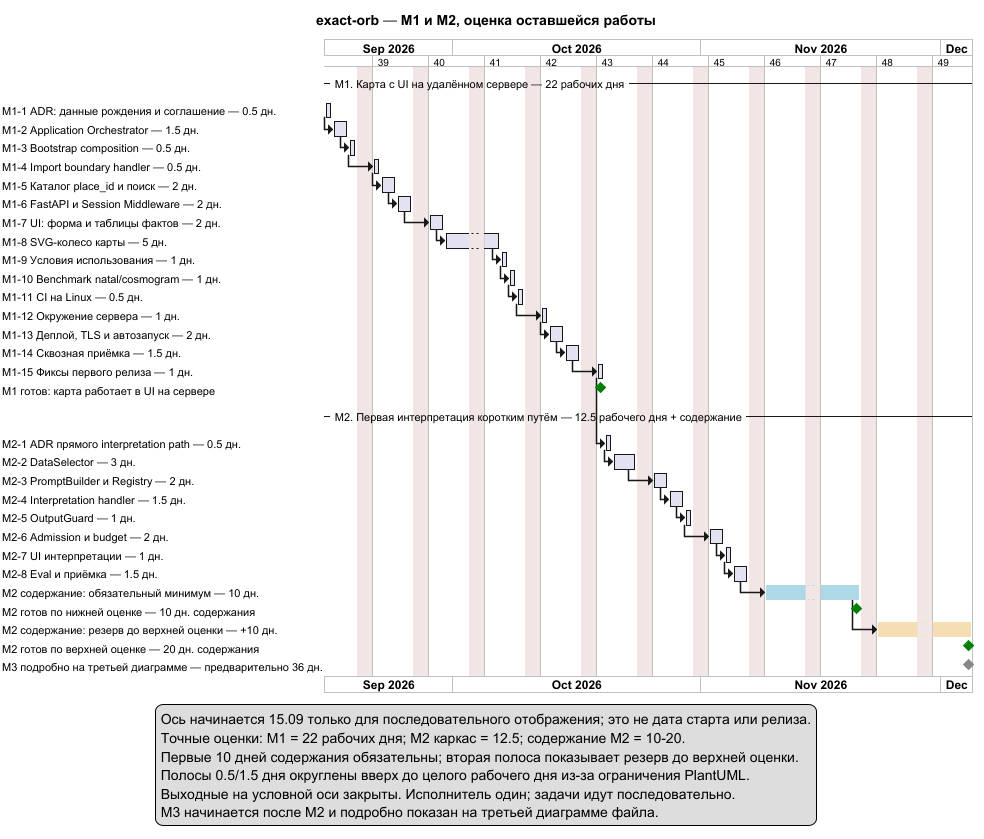
The PlantUML diagram docs/project_management/roadmap_remote_ui_and_interpretation_plan.png in ksenia-baranova/exact-orb-demo, before a commit. Source of this version:
```plantuml
@startgantt

title exact-orb — M1 и M2, оценка оставшейся работы
Project starts 2026-09-15
printscale weekly zoom 2
Label on first column
saturday are closed
sunday are closed

-- M1. Карта с UI на удалённом сервере — 22 рабочих дня --

[M1-1 ADR: данные рождения и соглашение — 0.5 дн.] as [M11] lasts 1 day
[M1-2 Application Orchestrator — 1.5 дн.] as [M12] lasts 2 days
[M12] starts at [M11]'s end
[M1-3 Bootstrap composition — 0.5 дн.] as [M13] lasts 1 day
[M13] starts at [M12]'s end
[M1-4 Import boundary handler — 0.5 дн.] as [M14] lasts 1 day
[M14] starts at [M13]'s end
[M1-5 Каталог place_id и поиск — 2 дн.] as [M15] lasts 2 days
[M15] starts at [M14]'s end
[M1-6 FastAPI и Session Middleware — 2 дн.] as [M16] lasts 2 days
[M16] starts at [M15]'s end
[M1-7 UI: форма и таблицы фактов — 2 дн.] as [M17] lasts 2 days
[M17] starts at [M16]'s end
[M1-8 SVG-колесо карты — 5 дн.] as [M18] lasts 5 days
[M18] starts at [M17]'s end
[M1-9 Условия использования — 1 дн.] as [M19] lasts 1 day
[M19] starts at [M18]'s end
[M1-10 Benchmark natal/cosmogram — 1 дн.] as [M110] lasts 1 day
[M110] starts at [M19]'s end
[M1-11 CI на Linux — 0.5 дн.] as [M111] lasts 1 day
[M111] starts at [M110]'s end
[M1-12 Окружение сервера — 1 дн.] as [M112] lasts 1 day
[M112] starts at [M111]'s end
[M1-13 Деплой, TLS и автозапуск — 2 дн.] as [M113] lasts 2 days
[M113] starts at [M112]'s end
[M1-14 Сквозная приёмка — 1.5 дн.] as [M114] lasts 2 days
[M114] starts at [M113]'s end
[M1-15 Фиксы первого релиза — 1 дн.] as [M115] lasts 1 day
[M115] starts at [M114]'s end
[M1 готов: карта работает в UI на сервере] as [M1DONE] happens at [M115]'s end
[M1DONE] is colored in Green

-- M2. Первая интерпретация коротким путём — 12.5 рабочего дня + содержание --

[M2-1 ADR прямого interpretation path — 0.5 дн.] as [M21] lasts 1 day
[M21] starts at [M115]'s end
[M2-2 DataSelector — 3 дн.] as [M22] lasts 3 days
[M22] starts at [M21]'s end
[M2-3 PromptBuilder и Registry — 2 дн.] as [M23] lasts 2 days
[M23] starts at [M22]'s end
[M2-4 Interpretation handler — 1.5 дн.] as [M24] lasts 2 days
[M24] starts at [M23]'s end
[M2-5 OutputGuard — 1 дн.] as [M25] lasts 1 day
[M25] starts at [M24]'s end
[M2-6 Admission и budget — 2 дн.] as [M26] lasts 2 days
[M26] starts at [M25]'s end
[M2-7 UI интерпретации — 1 дн.] as [M27] lasts 1 day
[M27] starts at [M26]'s end
[M2-8 Eval и приёмка — 1.5 дн.] as [M28] lasts 2 days
[M28] starts at [M27]'s end
[M2 содержание: обязательный минимум — 10 дн.] as [M2C10] lasts 10 days
[M2C10] starts at [M28]'s end
[M2C10] is colored in LightBlue
[M2 готов по нижней оценке — 10 дн. содержания] as [M2EARLY] happens at [M2C10]'s end
[M2EARLY] is colored in Green
[M2 содержание: резерв до верхней оценки — +10 дн.] as [M2C20] lasts 10 days
[M2C20] starts at [M2C10]'s end
[M2C20] is colored in Wheat
[M2 готов по верхней оценке — 20 дн. содержания] as [M2DONE] happens at [M2C20]'s end
[M2DONE] is colored in Green

[M3 подробно на третьей диаграмме — предварительно 36 дн.] as [M3OPEN] happens at [M2C20]'s end
[M3OPEN] is colored in Gray

legend bottom
  Ось начинается 15.09 только для последовательного отображения; это не дата старта или релиза.
  Точные оценки: M1 = 22 рабочих дня; M2 каркас = 12.5; содержание M2 = 10-20.
  Первые 10 дней содержания обязательны; вторая полоса показывает резерв до верхней оценки.
  Полосы 0.5/1.5 дня округлены вверх до целого рабочего дня из-за ограничения PlantUML.
  Выходные на условной оси закрыты. Исполнитель один; задачи идут последовательно.
  M3 начинается после M2 и подробно показан на третьей диаграмме файла.
endlegend
@endgantt
```
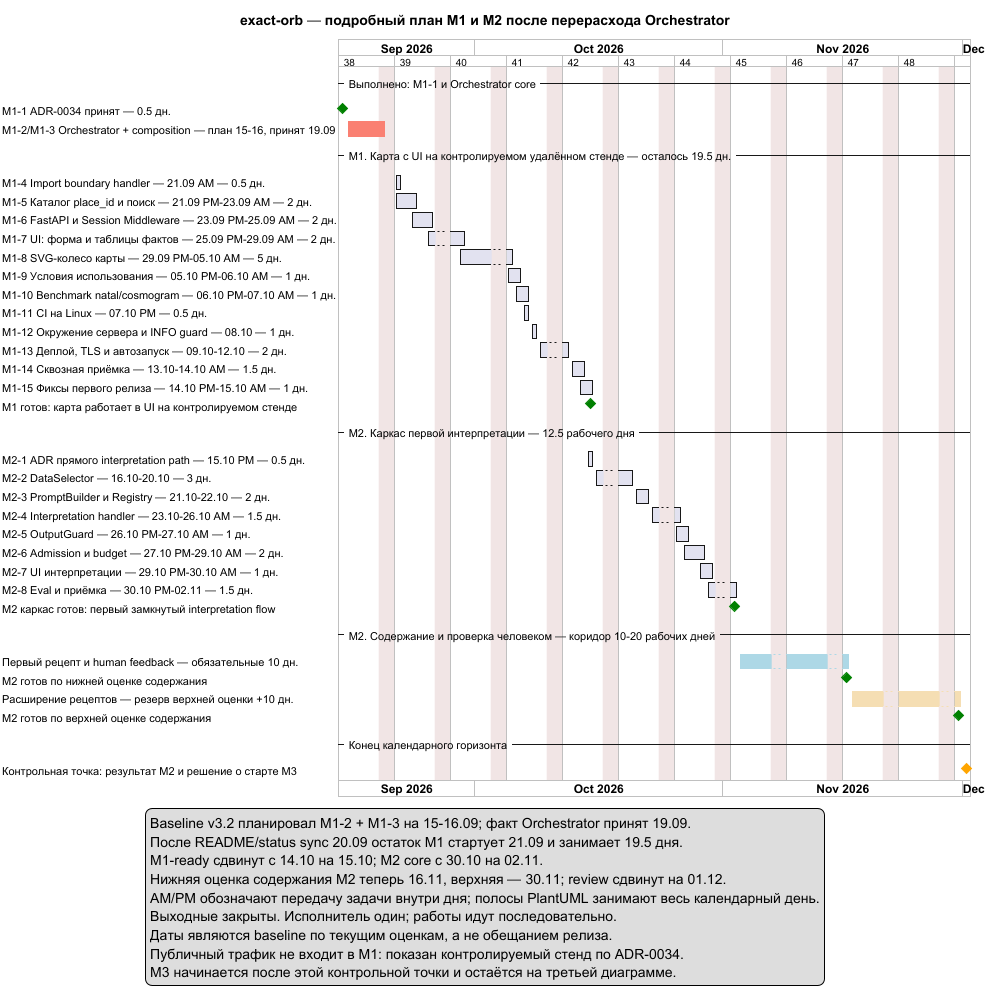
After the change.

Commit message:
docs: update architecture diagrams, overview, and scenarios

The edit, as a diff of the source:
```diff
@@ -1,84 +1,80 @@
 @startgantt
 
-title exact-orb — M1 и M2, оценка оставшейся работы
-Project starts 2026-09-15
+title exact-orb — подробный план M1 и M2 после перерасхода Orchestrator
+Project starts 2026-09-14
 printscale weekly zoom 2
 Label on first column
 saturday are closed
 sunday are closed
 
--- M1. Карта с UI на удалённом сервере — 22 рабочих дня --
+-- Выполнено: M1-1 и Orchestrator core --
 
-[M1-1 ADR: данные рождения и соглашение — 0.5 дн.] as [M11] lasts 1 day
-[M1-2 Application Orchestrator — 1.5 дн.] as [M12] lasts 2 days
-[M12] starts at [M11]'s end
-[M1-3 Bootstrap composition — 0.5 дн.] as [M13] lasts 1 day
-[M13] starts at [M12]'s end
-[M1-4 Import boundary handler — 0.5 дн.] as [M14] lasts 1 day
-[M14] starts at [M13]'s end
-[M1-5 Каталог place_id и поиск — 2 дн.] as [M15] lasts 2 days
-[M15] starts at [M14]'s end
-[M1-6 FastAPI и Session Middleware — 2 дн.] as [M16] lasts 2 days
-[M16] starts at [M15]'s end
-[M1-7 UI: форма и таблицы фактов — 2 дн.] as [M17] lasts 2 days
-[M17] starts at [M16]'s end
-[M1-8 SVG-колесо карты — 5 дн.] as [M18] lasts 5 days
-[M18] starts at [M17]'s end
-[M1-9 Условия использования — 1 дн.] as [M19] lasts 1 day
-[M19] starts at [M18]'s end
-[M1-10 Benchmark natal/cosmogram — 1 дн.] as [M110] lasts 1 day
-[M110] starts at [M19]'s end
-[M1-11 CI на Linux — 0.5 дн.] as [M111] lasts 1 day
-[M111] starts at [M110]'s end
-[M1-12 Окружение сервера — 1 дн.] as [M112] lasts 1 day
-[M112] starts at [M111]'s end
-[M1-13 Деплой, TLS и автозапуск — 2 дн.] as [M113] lasts 2 days
-[M113] starts at [M112]'s end
-[M1-14 Сквозная приёмка — 1.5 дн.] as [M114] lasts 2 days
-[M114] starts at [M113]'s end
-[M1-15 Фиксы первого релиза — 1 дн.] as [M115] lasts 1 day
-[M115] starts at [M114]'s end
-[M1 готов: карта работает в UI на сервере] as [M1DONE] happens at [M115]'s end
+[M1-1 ADR-0034 принят — 0.5 дн.] as [M11] happens 2026-09-14
+[M11] is 100% complete
+[M11] is colored in Green
+
+[M1-2/M1-3 Orchestrator + composition — план 15-16, принят 19.09] as [M12] starts 2026-09-15 and ends 2026-09-19
+[M12] is 100% complete
+[M12] is colored in Salmon
+
+-- M1. Карта с UI на контролируемом удалённом стенде — осталось 19.5 дн. --
+
+[M1-4 Import boundary handler — 21.09 AM — 0.5 дн.] as [M14] starts 2026-09-21 and ends 2026-09-21
+[M1-5 Каталог place_id и поиск — 21.09 PM-23.09 AM — 2 дн.] as [M15] starts 2026-09-21 and ends 2026-09-23
+[M1-6 FastAPI и Session Middleware — 23.09 PM-25.09 AM — 2 дн.] as [M16] starts 2026-09-23 and ends 2026-09-25
+[M1-7 UI: форма и таблицы фактов — 25.09 PM-29.09 AM — 2 дн.] as [M17] starts 2026-09-25 and ends 2026-09-29
+[M1-8 SVG-колесо карты — 29.09 PM-05.10 AM — 5 дн.] as [M18] starts 2026-09-29 and ends 2026-10-05
+[M1-9 Условия использования — 05.10 PM-06.10 AM — 1 дн.] as [M19] starts 2026-10-05 and ends 2026-10-06
+[M1-10 Benchmark natal/cosmogram — 06.10 PM-07.10 AM — 1 дн.] as [M110] starts 2026-10-06 and ends 2026-10-07
+[M1-11 CI на Linux — 07.10 PM — 0.5 дн.] as [M111] starts 2026-10-07 and ends 2026-10-07
+[M1-12 Окружение сервера и INFO guard — 08.10 — 1 дн.] as [M112] starts 2026-10-08 and ends 2026-10-08
+[M1-13 Деплой, TLS и автозапуск — 09.10-12.10 — 2 дн.] as [M113] starts 2026-10-09 and ends 2026-10-12
+[M1-14 Сквозная приёмка — 13.10-14.10 AM — 1.5 дн.] as [M114] starts 2026-10-13 and ends 2026-10-14
+[M1-15 Фиксы первого релиза — 14.10 PM-15.10 AM — 1 дн.] as [M115] starts 2026-10-14 and ends 2026-10-15
+
+[M1 готов: карта работает в UI на контролируемом стенде] as [M1DONE] happens 2026-10-15
 [M1DONE] is colored in Green
 
--- M2. Первая интерпретация коротким путём — 12.5 рабочего дня + содержание --
+-- M2. Каркас первой интерпретации — 12.5 рабочего дня --
 
-[M2-1 ADR прямого interpretation path — 0.5 дн.] as [M21] lasts 1 day
-[M21] starts at [M115]'s end
-[M2-2 DataSelector — 3 дн.] as [M22] lasts 3 days
-[M22] starts at [M21]'s end
-[M2-3 PromptBuilder и Registry — 2 дн.] as [M23] lasts 2 days
-[M23] starts at [M22]'s end
-[M2-4 Interpretation handler — 1.5 дн.] as [M24] lasts 2 days
-[M24] starts at [M23]'s end
-[M2-5 OutputGuard — 1 дн.] as [M25] lasts 1 day
-[M25] starts at [M24]'s end
-[M2-6 Admission и budget — 2 дн.] as [M26] lasts 2 days
-[M26] starts at [M25]'s end
-[M2-7 UI интерпретации — 1 дн.] as [M27] lasts 1 day
-[M27] starts at [M26]'s end
-[M2-8 Eval и приёмка — 1.5 дн.] as [M28] lasts 2 days
-[M28] starts at [M27]'s end
-[M2 содержание: обязательный минимум — 10 дн.] as [M2C10] lasts 10 days
-[M2C10] starts at [M28]'s end
+[M2-1 ADR прямого interpretation path — 15.10 PM — 0.5 дн.] as [M21] starts 2026-10-15 and ends 2026-10-15
+[M2-2 DataSelector — 16.10-20.10 — 3 дн.] as [M22] starts 2026-10-16 and ends 2026-10-20
+[M2-3 PromptBuilder и Registry — 21.10-22.10 — 2 дн.] as [M23] starts 2026-10-21 and ends 2026-10-22
+[M2-4 Interpretation handler — 23.10-26.10 AM — 1.5 дн.] as [M24] starts 2026-10-23 and ends 2026-10-26
+[M2-5 OutputGuard — 26.10 PM-27.10 AM — 1 дн.] as [M25] starts 2026-10-26 and ends 2026-10-27
+[M2-6 Admission и budget — 27.10 PM-29.10 AM — 2 дн.] as [M26] starts 2026-10-27 and ends 2026-10-29
+[M2-7 UI интерпретации — 29.10 PM-30.10 AM — 1 дн.] as [M27] starts 2026-10-29 and ends 2026-10-30
+[M2-8 Eval и приёмка — 30.10 PM-02.11 — 1.5 дн.] as [M28] starts 2026-10-30 and ends 2026-11-02
+
+[M2 каркас готов: первый замкнутый interpretation flow] as [M2CORE] happens 2026-11-02
+[M2CORE] is colored in Green
+
+-- M2. Содержание и проверка человеком — коридор 10-20 рабочих дней --
+
+[Первый рецепт и human feedback — обязательные 10 дн.] as [M2C10] starts 2026-11-03 and ends 2026-11-16
 [M2C10] is colored in LightBlue
-[M2 готов по нижней оценке — 10 дн. содержания] as [M2EARLY] happens at [M2C10]'s end
+[M2 готов по нижней оценке содержания] as [M2EARLY] happens 2026-11-16
 [M2EARLY] is colored in Green
-[M2 содержание: резерв до верхней оценки — +10 дн.] as [M2C20] lasts 10 days
-[M2C20] starts at [M2C10]'s end
+
+[Расширение рецептов — резерв верхней оценки +10 дн.] as [M2C20] starts 2026-11-17 and ends 2026-11-30
 [M2C20] is colored in Wheat
-[M2 готов по верхней оценке — 20 дн. содержания] as [M2DONE] happens at [M2C20]'s end
+[M2 готов по верхней оценке содержания] as [M2DONE] happens 2026-11-30
 [M2DONE] is colored in Green
 
-[M3 подробно на третьей диаграмме — предварительно 36 дн.] as [M3OPEN] happens at [M2C20]'s end
-[M3OPEN] is colored in Gray
+-- Конец календарного горизонта --
+
+[Контрольная точка: результат M2 и решение о старте M3] as [NOVREVIEW] happens 2026-12-01
+[NOVREVIEW] is colored in Orange
 
 legend bottom
-  Ось начинается 15.09 только для последовательного отображения; это не дата старта или релиза.
-  Точные оценки: M1 = 22 рабочих дня; M2 каркас = 12.5; содержание M2 = 10-20.
-  Первые 10 дней содержания обязательны; вторая полоса показывает резерв до верхней оценки.
-  Полосы 0.5/1.5 дня округлены вверх до целого рабочего дня из-за ограничения PlantUML.
-  Выходные на условной оси закрыты. Исполнитель один; задачи идут последовательно.
-  M3 начинается после M2 и подробно показан на третьей диаграмме файла.
+  Baseline v3.2 планировал M1-2 + M1-3 на 15-16.09; факт Orchestrator принят 19.09.
+  После README/status sync 20.09 остаток M1 стартует 21.09 и занимает 19.5 дня.
+  M1-ready сдвинут с 14.10 на 15.10; M2 core с 30.10 на 02.11.
+  Нижняя оценка содержания M2 теперь 16.11, верхняя — 30.11; review сдвинут на 01.12.
+  AM/PM обозначают передачу задачи внутри дня; полосы PlantUML занимают весь календарный день.
+  Выходные закрыты. Исполнитель один; работы идут последовательно.
+  Даты являются baseline по текущим оценкам, а не обещанием релиза.
+  Публичный трафик не входит в M1: показан контролируемый стенд по ADR-0034.
+  M3 начинается после этой контрольной точки и остаётся на третьей диаграмме.
 endlegend
 @endgantt
```
